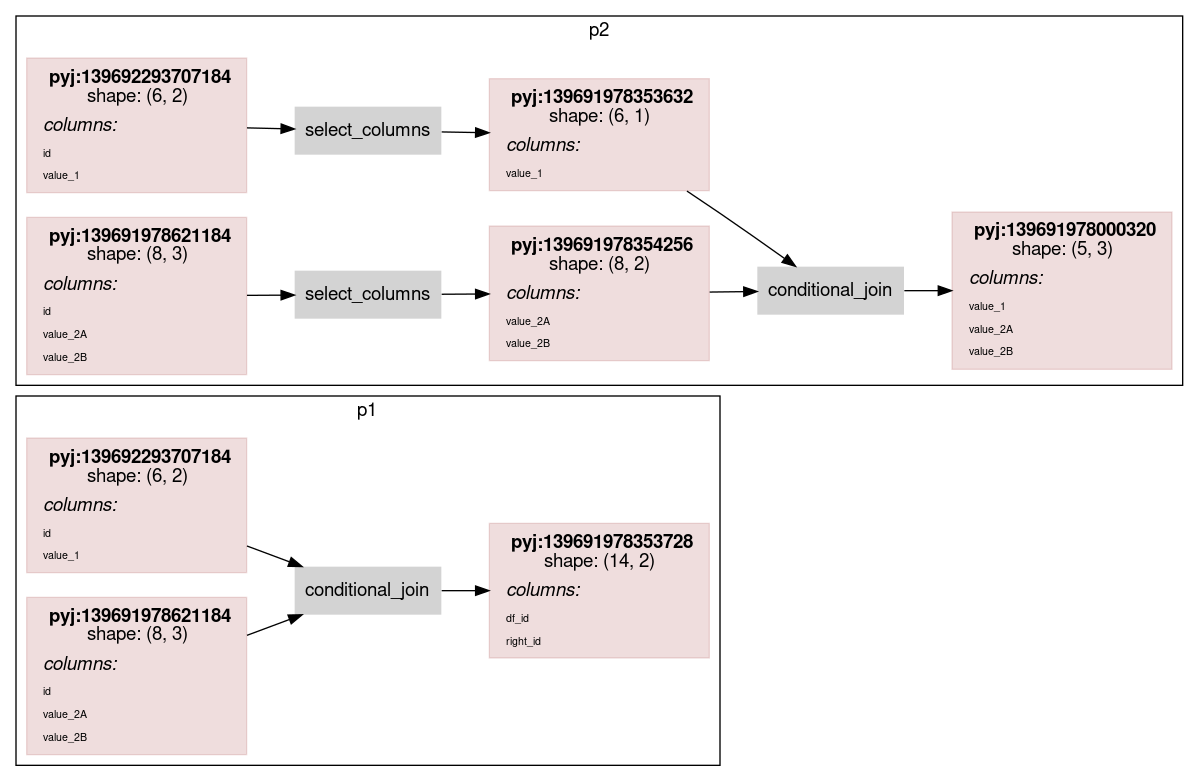
Earlier version of the Graphviz export scripts/rdflog/conditional_join_w_cmc.ttl.dot.png (asmirnov69/pyjviz-poc). Its source is kept beside it as scripts/rdflog/conditional_join_w_cmc.ttl.dot.
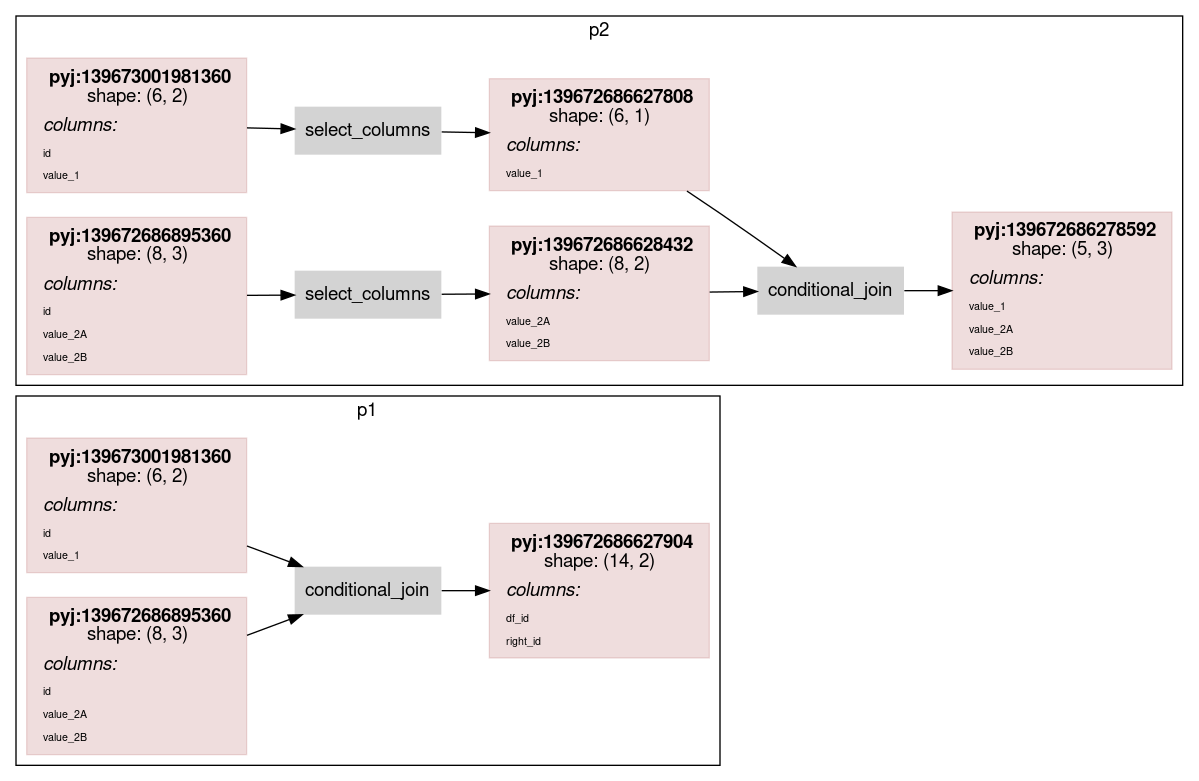
Later version of the same file.

What changed in the source:
```diff
@@ -14,7 +14,7 @@
                 color="#88000022"
                 shape = rect
                 label = <<table border="0" cellborder="0" cellspacing="0" cellpadding="4">
-                         <tr> <td> <b>pyj:139692293707184</b><br/>shape: (6, 2)</td> </tr>
+                         <tr> <td> <b>pyj:139673001981360</b><br/>shape: (6, 2)</td> </tr>
                          <tr> <td align="left"><i>columns:</i><br align="left"/></td></tr>
                 <tr><td align="left"><FONT POINT-SIZE="8px">id</FONT></td></tr>
 <tr><td align="left"><FONT POINT-SIZE="8px">value_1</FONT></td></tr>
@@ -24,7 +24,7 @@
                 color="#88000022"
                 shape = rect
                 label = <<table border="0" cellborder="0" cellspacing="0" cellpadding="4">
-                         <tr> <td> <b>pyj:139691978353728</b><br/>shape: (14, 2)</td> </tr>
+                         <tr> <td> <b>pyj:139672686627904</b><br/>shape: (14, 2)</td> </tr>
                          <tr> <td align="left"><i>columns:</i><br align="left"/></td></tr>
                 <tr><td align="left"><FONT POINT-SIZE="8px">df_id</FONT></td></tr>
 <tr><td align="left"><FONT POINT-SIZE="8px">right_id</FONT></td></tr>
@@ -34,7 +34,7 @@
                 color="#88000022"
                 shape = rect
                 label = <<table border="0" cellborder="0" cellspacing="0" cellpadding="4">
-                         <tr> <td> <b>pyj:139691978621184</b><br/>shape: (8, 3)</td> </tr>
+                         <tr> <td> <b>pyj:139672686895360</b><br/>shape: (8, 3)</td> </tr>
                          <tr> <td align="left"><i>columns:</i><br align="left"/></td></tr>
                 <tr><td align="left"><FONT POINT-SIZE="8px">id</FONT></td></tr>
 <tr><td align="left"><FONT POINT-SIZE="8px">value_2A</FONT></td></tr>
@@ -52,7 +52,7 @@
                 color="#88000022"
                 shape = rect
                 label = <<table border="0" cellborder="0" cellspacing="0" cellpadding="4">
-                         <tr> <td> <b>pyj:139692293707184</b><br/>shape: (6, 2)</td> </tr>
+                         <tr> <td> <b>pyj:139673001981360</b><br/>shape: (6, 2)</td> </tr>
                          <tr> <td align="left"><i>columns:</i><br align="left"/></td></tr>
                 <tr><td align="left"><FONT POINT-SIZE="8px">id</FONT></td></tr>
 <tr><td align="left"><FONT POINT-SIZE="8px">value_1</FONT></td></tr>
@@ -62,7 +62,7 @@
                 color="#88000022"
                 shape = rect
                 label = <<table border="0" cellborder="0" cellspacing="0" cellpadding="4">
-                         <tr> <td> <b>pyj:139691978621184</b><br/>shape: (8, 3)</td> </tr>
+                         <tr> <td> <b>pyj:139672686895360</b><br/>shape: (8, 3)</td> </tr>
                          <tr> <td align="left"><i>columns:</i><br align="left"/></td></tr>
                 <tr><td align="left"><FONT POINT-SIZE="8px">id</FONT></td></tr>
 <tr><td align="left"><FONT POINT-SIZE="8px">value_2A</FONT></td></tr>
@@ -73,7 +73,7 @@
                 color="#88000022"
                 shape = rect
                 label = <<table border="0" cellborder="0" cellspacing="0" cellpadding="4">
-                         <tr> <td> <b>pyj:139691978353632</b><br/>shape: (6, 1)</td> </tr>
+                         <tr> <td> <b>pyj:139672686627808</b><br/>shape: (6, 1)</td> </tr>
                          <tr> <td align="left"><i>columns:</i><br align="left"/></td></tr>
                 <tr><td align="left"><FONT POINT-SIZE="8px">value_1</FONT></td></tr>
                          </table>>
@@ -82,7 +82,7 @@
                 color="#88000022"
                 shape = rect
                 label = <<table border="0" cellborder="0" cellspacing="0" cellpadding="4">
-                         <tr> <td> <b>pyj:139691978354256</b><br/>shape: (8, 2)</td> </tr>
+                         <tr> <td> <b>pyj:139672686628432</b><br/>shape: (8, 2)</td> </tr>
                          <tr> <td align="left"><i>columns:</i><br align="left"/></td></tr>
                 <tr><td align="left"><FONT POINT-SIZE="8px">value_2A</FONT></td></tr>
 <tr><td align="left"><FONT POINT-SIZE="8px">value_2B</FONT></td></tr>
@@ -92,7 +92,7 @@
                 color="#88000022"
                 shape = rect
                 label = <<table border="0" cellborder="0" cellspacing="0" cellpadding="4">
-                         <tr> <td> <b>pyj:139691978000320</b><br/>shape: (5, 3)</td> </tr>
+                         <tr> <td> <b>pyj:139672686278592</b><br/>shape: (5, 3)</td> </tr>
                          <tr> <td align="left"><i>columns:</i><br align="left"/></td></tr>
                 <tr><td align="left"><FONT POINT-SIZE="8px">value_1</FONT></td></tr>
 <tr><td align="left"><FONT POINT-SIZE="8px">value_2A</FONT></td></tr>
```
